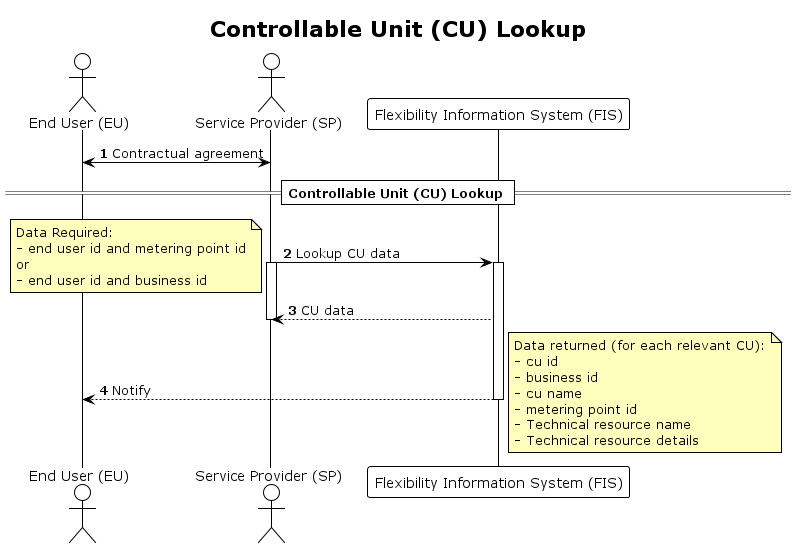
The PlantUML diagram docs/diagrams/controllable_unit_lookup.png in elhub/flex-information-system, before a commit.
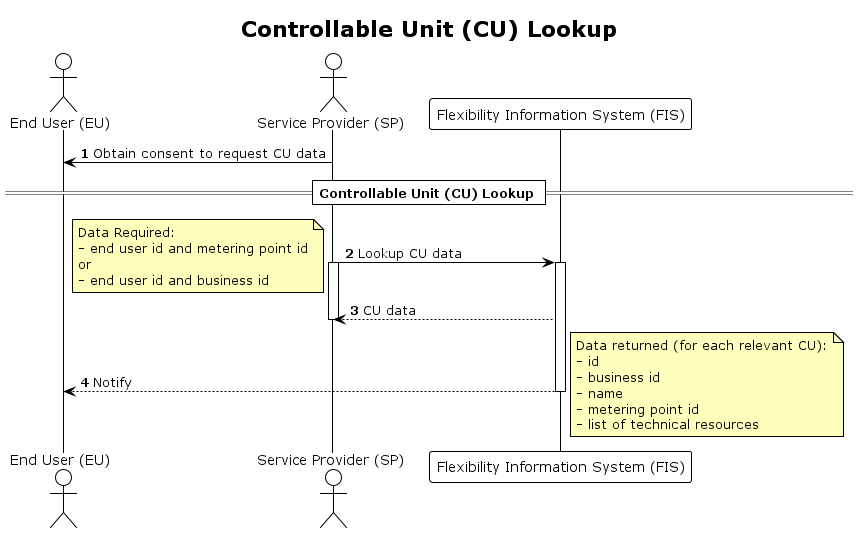
The same diagram one commit later.

Commit message:
Updated switching and lookup

Diff of the diagram source:
```diff
@@ -12,7 +12,7 @@
 actor "Service Provider (SP)" as SP
 participant "Flexibility Information System (FIS)" as FIS
 
-EU <-> SP: Contractual agreement
+EU <- SP: Obtain consent to request CU data
 
 == Controllable Unit (CU) Lookup ==
 
@@ -32,12 +32,11 @@
 
 note right
     Data returned (for each relevant CU):
-    - cu id
+    - id
     - business id
-    - cu name
+    - name
     - metering point id
-    - Technical resource name
-    - Technical resource details
+    - list of technical resources
 end note
 
 @enduml
```
